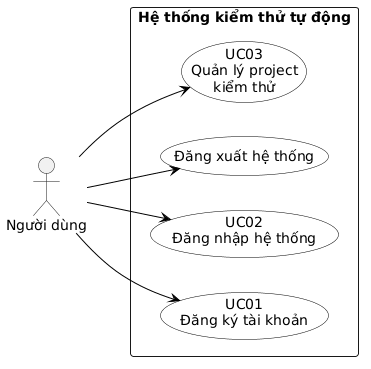
Above: images/usecase/usecase_account_project.png in NguyenHung1207/thesis-report (PlantUML), before the change.
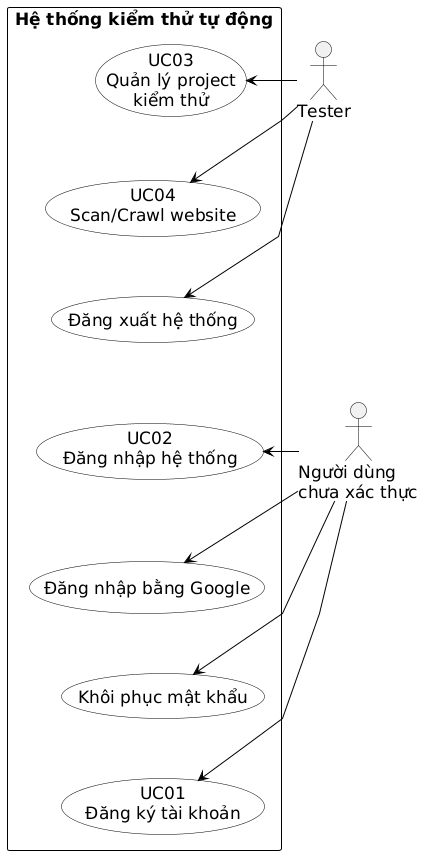
After the change.

What changed in the source:
```diff
@@ -1,25 +1,56 @@
 @startuml
-left to right direction
+
+top to bottom direction
 
 skinparam shadowing false
-skinparam packageStyle rectangle
-skinparam usecase {
-    BackgroundColor white
-    BorderColor black
-    ArrowColor black
+skinparam backgroundColor white
+skinparam defaultFontName Arial
+skinparam defaultFontSize 17
+skinparam linetype polyline
+
+skinparam ActorBorderColor black
+skinparam ActorFontColor black
+
+skinparam UsecaseBackgroundColor white
+skinparam UsecaseBorderColor black
+skinparam UsecaseFontColor black
+
+skinparam RectangleBackgroundColor white
+skinparam RectangleBorderColor black
+
+skinparam ArrowColor black
+skinparam ArrowThickness 1
+
+actor "Tester" as Tester
+actor "Người dùng\nchưa xác thực" as Guest
+
+Tester -[hidden]down-> Guest
+
+rectangle "**Hệ thống kiểm thử tự động**" as System {
+
+    usecase "UC03\nQuản lý project\nkiểm thử" as UC03
+    usecase "UC04\nScan/Crawl website" as UC04
+    usecase "Đăng xuất hệ thống" as Logout
+
+    usecase "UC02\nĐăng nhập hệ thống" as UC02
+    usecase "Đăng nhập bằng Google" as GoogleLogin
+    usecase "Khôi phục mật khẩu" as ForgotPassword
+    usecase "UC01\nĐăng ký tài khoản" as UC01
+
+    UC03 -[hidden]down-> UC04
+    UC04 -[hidden]down-> Logout
+    Logout -[hidden]down-> UC02
+    UC02 -[hidden]down-> GoogleLogin
+    GoogleLogin -[hidden]down-> ForgotPassword
+    ForgotPassword -[hidden]down-> UC01
 }
 
-actor "Người dùng" as User
+Tester -right-> UC03
+Tester -right-> UC04
+Tester -right-> Logout
 
-rectangle "Hệ thống kiểm thử tự động" {
-    usecase "UC01\nĐăng ký tài khoản" as UC01
-    usecase "UC02\nĐăng nhập hệ thống" as UC02
-    usecase "Đăng xuất hệ thống" as Logout
-    usecase "UC03\nQuản lý project\nkiểm thử" as UC03
-}
-
-User --> UC01
-User --> UC02
-User --> Logout
-User --> UC03
+Guest -right-> UC02
+Guest -right-> GoogleLogin
+Guest -right-> ForgotPassword
+Guest -right-> UC01
 @enduml
```
